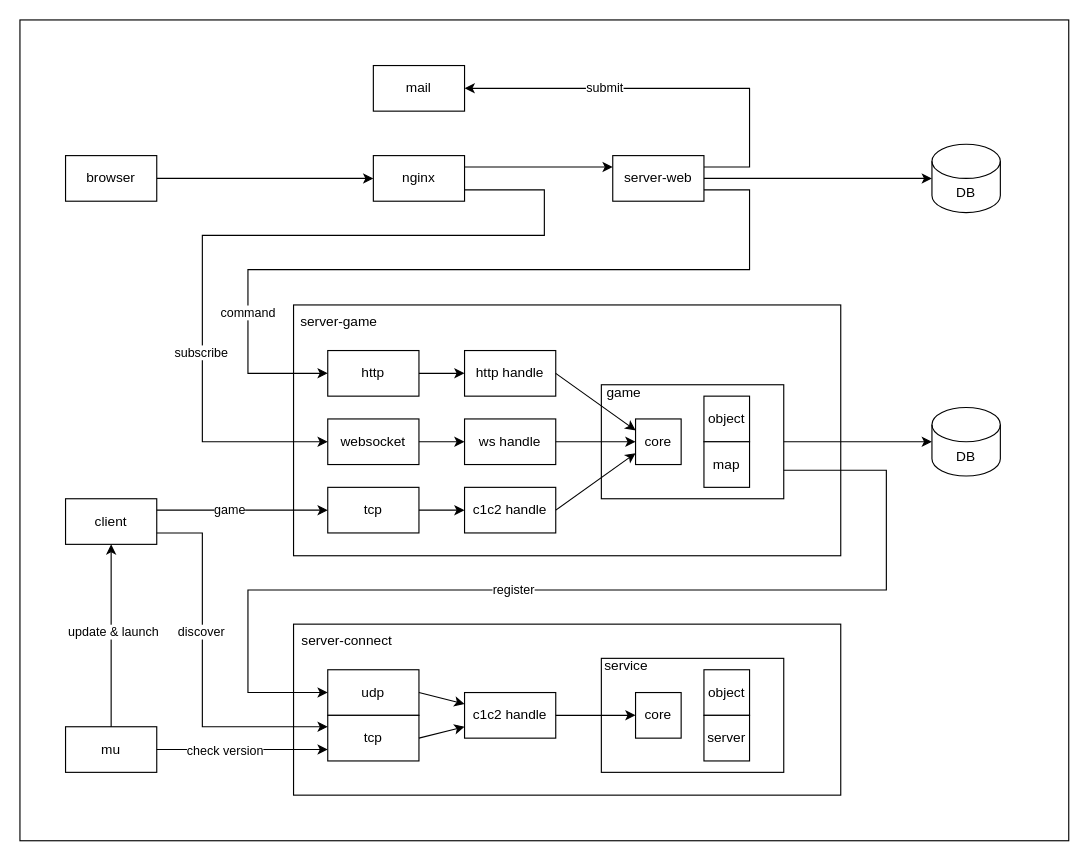
Above: docs/system.drawio in xujintao/balgass (draw.io), before the change. Source tidied: cells renumbered, new cells numbered last; positions are measured from the earlier drawing's top-left corner, leaving out a move shared by most shapes. Both pictures are drawn from the tidied source at 114%, with x=0, y=0 at pixel (19, 19).
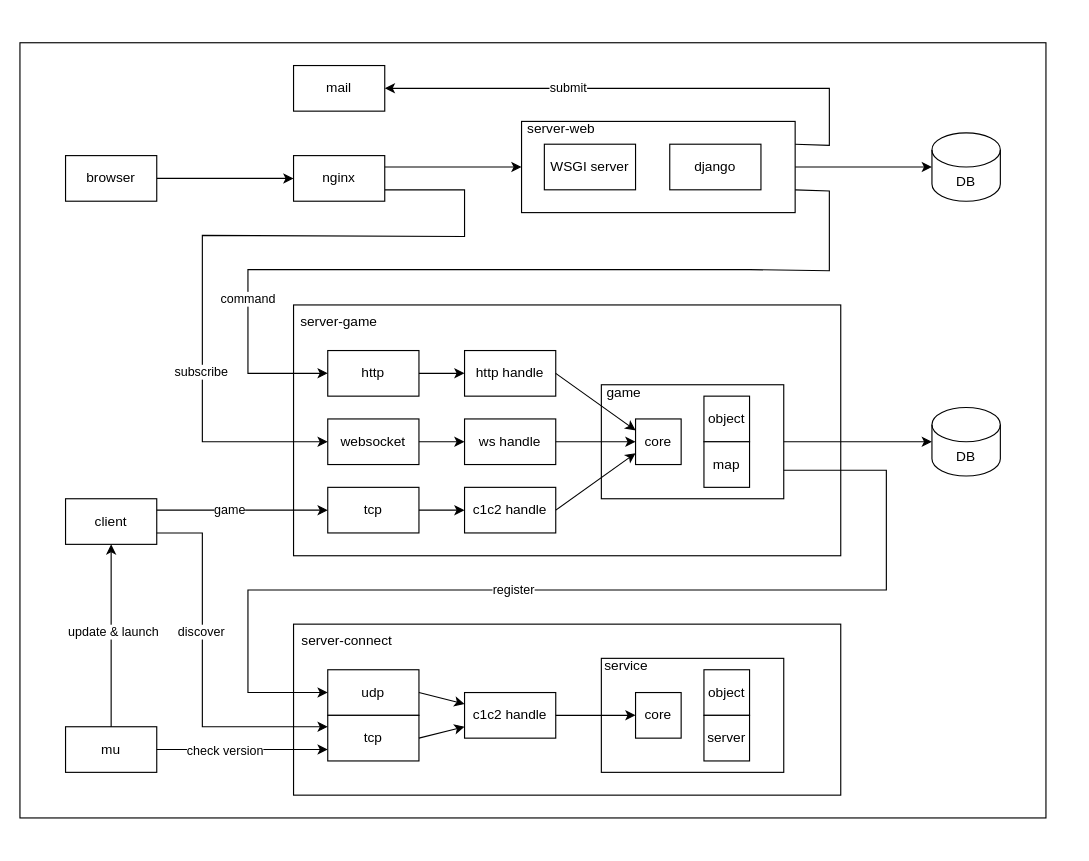
Above is the later version.

Commit message (it also covers changes not shown here):
docs/feat: update system and deploy diagram

The change refers to these unchanged cells:
```xml
<mxCell id="9" value="http" style="rounded=0;whiteSpace=wrap;html=1;" parent="1" vertex="1">
  <mxGeometry x="270" y="290" width="80" height="40" as="geometry" />
</mxCell>
<mxCell id="28" value="websocket" style="rounded=0;whiteSpace=wrap;html=1;" parent="1" vertex="1">
  <mxGeometry x="270" y="350" width="80" height="40" as="geometry" />
</mxCell>
```

Change to the diagram source:
```diff
@@
-    <mxCell id="2" style="rounded=0;whiteSpace=wrap;html=1;" parent="1" vertex="1">
-      <mxGeometry width="920" height="720" as="geometry" />
-    </mxCell>
+    <mxCell id="63" style="rounded=0;whiteSpace=wrap;html=1;" parent="1" vertex="1">
+      <mxGeometry y="20" width="900" height="680" as="geometry" />
+    </mxCell>
@@
-    <mxCell id="17" value="server-web" style="rounded=0;whiteSpace=wrap;html=1;" parent="1" vertex="1">
-      <mxGeometry x="520" y="119" width="80" height="40" as="geometry" />
+    <mxCell id="17" style="rounded=0;whiteSpace=wrap;html=1;" parent="1" vertex="1">
+      <mxGeometry x="440" y="89" width="240" height="80" as="geometry" />
     </mxCell>
     <mxCell id="18" value="DB" style="shape=cylinder3;whiteSpace=wrap;html=1;boundedLbl=1;backgroundOutline=1;size=15;" parent="1" vertex="1">
-      <mxGeometry x="800" y="109" width="60" height="60" as="geometry" />
+      <mxGeometry x="800" y="99" width="60" height="60" as="geometry" />
     </mxCell>
@@
     <mxCell id="25" style="endArrow=classic;html=1;rounded=0;exitX=1;exitY=0.75;exitDx=0;exitDy=0;entryX=0;entryY=0.5;entryDx=0;entryDy=0;" parent="1" edge="1" source="17" target="9">
       <mxGeometry relative="1" as="geometry">
         <Array as="points">
-          <mxPoint x="640" y="149" />
+          <mxPoint x="710" y="150" />
+          <mxPoint x="710" y="220" />
           <mxPoint x="640" y="219" />
           <mxPoint x="200" y="219" />
           <mxPoint x="200" y="310" />
         </Array>
       </mxGeometry>
     </mxCell>
@@
     <mxCell id="32" style="endArrow=classic;html=1;rounded=0;entryX=0;entryY=0.5;entryDx=0;entryDy=0;exitX=1;exitY=0.75;exitDx=0;exitDy=0;" parent="1" edge="1" source="34" target="28">
       <mxGeometry relative="1" as="geometry">
         <Array as="points">
-          <mxPoint x="460" y="149" />
-          <mxPoint x="460" y="189" />
+          <mxPoint x="390" y="149" />
+          <mxPoint x="390" y="190" />
           <mxPoint x="160" y="189" />
           <mxPoint x="160" y="370" />
         </Array>
       </mxGeometry>
     </mxCell>
@@
     <mxCell id="34" value="nginx" style="rounded=0;whiteSpace=wrap;html=1;" parent="1" vertex="1">
-      <mxGeometry x="310" y="119" width="80" height="40" as="geometry" />
+      <mxGeometry x="240" y="119" width="80" height="40" as="geometry" />
     </mxCell>
-    <mxCell id="35" style="endArrow=classic;html=1;rounded=0;exitX=1;exitY=0.25;exitDx=0;exitDy=0;entryX=0;entryY=0.25;entryDx=0;entryDy=0;" parent="1" edge="1" source="34" target="17">
+    <mxCell id="35" style="endArrow=classic;html=1;rounded=0;exitX=1;exitY=0.25;exitDx=0;exitDy=0;entryX=0;entryY=0.5;entryDx=0;entryDy=0;" parent="1" edge="1" source="34" target="17">
       <mxGeometry relative="1" as="geometry" />
     </mxCell>
@@
     <mxCell id="60" value="mail" style="rounded=0;whiteSpace=wrap;html=1;" parent="1" vertex="1">
-      <mxGeometry x="310" y="40" width="80" height="40" as="geometry" />
+      <mxGeometry x="240" y="40" width="80" height="40" as="geometry" />
     </mxCell>
     <mxCell id="61" style="endArrow=classic;html=1;rounded=0;entryX=1;entryY=0.5;entryDx=0;entryDy=0;exitX=1;exitY=0.25;exitDx=0;exitDy=0;" parent="1" edge="1" source="17" target="60">
       <mxGeometry relative="1" as="geometry">
         <Array as="points">
-          <mxPoint x="640" y="129" />
-          <mxPoint x="640" y="60" />
+          <mxPoint x="710" y="110" />
+          <mxPoint x="710" y="60" />
         </Array>
       </mxGeometry>
     </mxCell>
@@
+    <mxCell id="64" value="server-web" style="text;html=1;align=center;verticalAlign=middle;whiteSpace=wrap;rounded=0;" parent="1" vertex="1">
+      <mxGeometry x="436" y="81" width="78" height="30" as="geometry" />
+    </mxCell>
+    <mxCell id="65" value="WSGI server" style="rounded=0;whiteSpace=wrap;html=1;" parent="1" vertex="1">
+      <mxGeometry x="460" y="109" width="80" height="40" as="geometry" />
+    </mxCell>
+    <mxCell id="66" value="django" style="rounded=0;whiteSpace=wrap;html=1;" parent="1" vertex="1">
+      <mxGeometry x="570" y="109" width="80" height="40" as="geometry" />
+    </mxCell>
```
